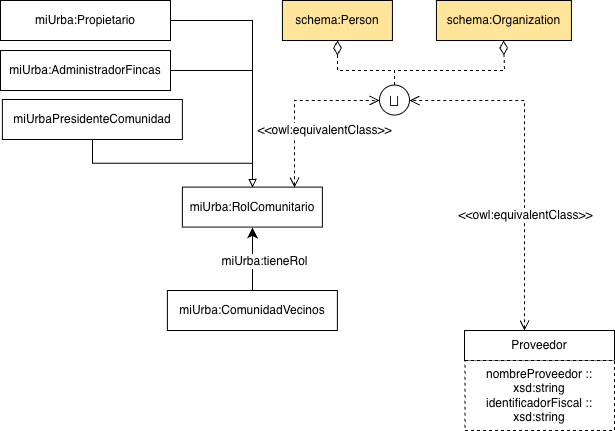
This is diagrams/gobernanza.png from oeg-upm/ontologia-miUrba, a draw.io export, as it was before one commit. Source tidied: cells renumbered, new cells last; positions are measured from the earlier drawing's top-left corner, leaving out a move shared by most shapes. Source of this version:
```xml
<mxGraphModel>
  <root>
    <mxCell id="0" />
    <mxCell id="1" parent="0" />
    <mxCell id="2" value="miUrba:ComunidadVecinos" style="rounded=0;whiteSpace=wrap;html=1;snapToPoint=1;points=[[0.1,0],[0.2,0],[0.3,0],[0.4,0],[0.5,0],[0.6,0],[0.7,0],[0.8,0],[0.9,0],[0,0.1],[0,0.3],[0,0.5],[0,0.7],[0,0.9],[0.1,1],[0.2,1],[0.3,1],[0.4,1],[0.5,1],[0.6,1],[0.7,1],[0.8,1],[0.9,1],[1,0.1],[1,0.3],[1,0.5],[1,0.7],[1,0.9]];" parent="1" vertex="1">
      <mxGeometry x="166.9" y="290" width="170" height="40" as="geometry" />
    </mxCell>
    <mxCell id="3" value="miUrba:RolComunitario" style="rounded=0;whiteSpace=wrap;html=1;snapToPoint=1;points=[[0.1,0],[0.2,0],[0.3,0],[0.4,0],[0.5,0],[0.6,0],[0.7,0],[0.8,0],[0.9,0],[0,0.1],[0,0.3],[0,0.5],[0,0.7],[0,0.9],[0.1,1],[0.2,1],[0.3,1],[0.4,1],[0.5,1],[0.6,1],[0.7,1],[0.8,1],[0.9,1],[1,0.1],[1,0.3],[1,0.5],[1,0.7],[1,0.9]];" parent="1" vertex="1">
      <mxGeometry x="181.9" y="186.6" width="140" height="40" as="geometry" />
    </mxCell>
    <mxCell id="4" value="miUrbaPresidenteComunidad" style="rounded=0;whiteSpace=wrap;html=1;snapToPoint=1;points=[[0.1,0],[0.2,0],[0.3,0],[0.4,0],[0.5,0],[0.6,0],[0.7,0],[0.8,0],[0.9,0],[0,0.1],[0,0.3],[0,0.5],[0,0.7],[0,0.9],[0.1,1],[0.2,1],[0.3,1],[0.4,1],[0.5,1],[0.6,1],[0.7,1],[0.8,1],[0.9,1],[1,0.1],[1,0.3],[1,0.5],[1,0.7],[1,0.9]];" parent="1" vertex="1">
      <mxGeometry x="1.9" y="99" width="180" height="40" as="geometry" />
    </mxCell>
    <mxCell id="5" value="miUrba:AdministradorFincas" style="rounded=0;whiteSpace=wrap;html=1;snapToPoint=1;points=[[0.1,0],[0.2,0],[0.3,0],[0.4,0],[0.5,0],[0.6,0],[0.7,0],[0.8,0],[0.9,0],[0,0.1],[0,0.3],[0,0.5],[0,0.7],[0,0.9],[0.1,1],[0.2,1],[0.3,1],[0.4,1],[0.5,1],[0.6,1],[0.7,1],[0.8,1],[0.9,1],[1,0.1],[1,0.3],[1,0.5],[1,0.7],[1,0.9]];" parent="1" vertex="1">
      <mxGeometry y="50" width="170" height="40" as="geometry" />
    </mxCell>
    <mxCell id="6" value="&amp;nbsp;" style="edgeLabel;html=1;align=center;verticalAlign=middle;fontSize=11;" parent="1" vertex="1">
      <mxGeometry x="571.9" y="341.1" as="geometry" />
    </mxCell>
    <mxCell id="7" style="endArrow=block;html=1;rounded=0;endFill=0;edgeStyle=orthogonalEdgeStyle;" parent="1" edge="1" source="4" target="3">
      <mxGeometry relative="1" as="geometry" />
    </mxCell>
    <mxCell id="8" style="endArrow=block;html=1;rounded=0;endFill=0;edgeStyle=orthogonalEdgeStyle;" parent="1" edge="1" source="5" target="3">
      <mxGeometry relative="1" as="geometry" />
    </mxCell>
    <mxCell id="9" value="Proveedor" style="rounded=0;whiteSpace=wrap;html=1;snapToPoint=1;points=[[0.1,0],[0.2,0],[0.3,0],[0.4,0],[0.5,0],[0.6,0],[0.7,0],[0.8,0],[0.9,0],[0,0.1],[0,0.3],[0,0.5],[0,0.7],[0,0.9],[0.1,1],[0.2,1],[0.3,1],[0.4,1],[0.5,1],[0.6,1],[0.7,1],[0.8,1],[0.9,1],[1,0.1],[1,0.3],[1,0.5],[1,0.7],[1,0.9]];" parent="1" vertex="1">
      <mxGeometry x="464" y="330" width="150" height="30" as="geometry" />
    </mxCell>
    <mxCell id="10" value="schema:Person" style="rounded=0;whiteSpace=wrap;html=1;snapToPoint=1;points=[[0.1,0],[0.2,0],[0.3,0],[0.4,0],[0.5,0],[0.6,0],[0.7,0],[0.8,0],[0.9,0],[0,0.1],[0,0.3],[0,0.5],[0,0.7],[0,0.9],[0.1,1],[0.2,1],[0.3,1],[0.4,1],[0.5,1],[0.6,1],[0.7,1],[0.8,1],[0.9,1],[1,0.1],[1,0.3],[1,0.5],[1,0.7],[1,0.9]];fillColor=#FFE599;" parent="1" vertex="1">
      <mxGeometry x="281.9" width="110" height="40" as="geometry" />
    </mxCell>
    <mxCell id="11" value="schema:Organization" style="rounded=0;whiteSpace=wrap;html=1;snapToPoint=1;points=[[0.1,0],[0.2,0],[0.3,0],[0.4,0],[0.5,0],[0.6,0],[0.7,0],[0.8,0],[0.9,0],[0,0.1],[0,0.3],[0,0.5],[0,0.7],[0,0.9],[0.1,1],[0.2,1],[0.3,1],[0.4,1],[0.5,1],[0.6,1],[0.7,1],[0.8,1],[0.9,1],[1,0.1],[1,0.3],[1,0.5],[1,0.7],[1,0.9]];fillColor=#FFE599;" parent="1" vertex="1">
      <mxGeometry x="435.9" width="135" height="40" as="geometry" />
    </mxCell>
    <mxCell id="12" value="&lt;span class=&quot;st&quot;&gt;⨆&lt;/span&gt;" style="ellipse;whiteSpace=wrap;html=1;fontSize=17;" parent="1" vertex="1">
      <mxGeometry x="379" y="84.6" width="30" height="30" as="geometry" />
    </mxCell>
    <mxCell id="13" style="endArrow=diamondThin;endSize=12;html=1;fontColor=#000099;endFill=0;dashed=1;arcSize=0;rounded=0;edgeStyle=orthogonalEdgeStyle;" parent="1" edge="1" source="12" target="10">
      <mxGeometry relative="1" as="geometry">
        <Array as="points">
          <mxPoint x="394" y="70" />
          <mxPoint x="337" y="70" />
        </Array>
      </mxGeometry>
    </mxCell>
    <mxCell id="14" style="endArrow=diamondThin;endSize=12;html=1;fontColor=#000099;endFill=0;dashed=1;arcSize=0;rounded=0;edgeStyle=orthogonalEdgeStyle;" parent="1" edge="1" source="12" target="11">
      <mxGeometry relative="1" as="geometry">
        <Array as="points">
          <mxPoint x="394" y="70" />
          <mxPoint x="504" y="70" />
        </Array>
      </mxGeometry>
    </mxCell>
    <mxCell id="15" style="endArrow=open;html=1;fontColor=#000099;endFill=0;dashed=1;endSize=8;startArrow=open;startFill=0;startSize=8;rounded=0;edgeStyle=orthogonalEdgeStyle;" parent="1" edge="1" source="3" target="12">
      <mxGeometry relative="1" as="geometry">
        <Array as="points">
          <mxPoint x="294" y="100" />
        </Array>
      </mxGeometry>
    </mxCell>
    <mxCell id="16" value="&amp;lt;&amp;lt;owl:equivalentClass&amp;gt;&amp;gt;" style="text;html=1;align=center;verticalAlign=middle;fontColor=#000000;labelBackgroundColor=#ffffff;" parent="15" vertex="1">
      <mxGeometry x="-0.33" relative="1" as="geometry">
        <mxPoint x="29.3" as="offset" />
      </mxGeometry>
    </mxCell>
    <mxCell id="17" style="endArrow=open;html=1;fontColor=#000099;endFill=0;dashed=1;endSize=8;startArrow=open;startFill=0;startSize=8;rounded=0;edgeStyle=orthogonalEdgeStyle;" parent="1" edge="1" source="9" target="12">
      <mxGeometry relative="1" as="geometry">
        <Array as="points">
          <mxPoint x="524" y="100" />
        </Array>
      </mxGeometry>
    </mxCell>
    <mxCell id="18" value="&amp;lt;&amp;lt;owl:equivalentClass&amp;gt;&amp;gt;" style="text;html=1;align=center;verticalAlign=middle;fontColor=#000000;labelBackgroundColor=#ffffff;" parent="17" vertex="1">
      <mxGeometry x="-0.33" relative="1" as="geometry" />
    </mxCell>
    <mxCell id="19" value="nombreProveedor :: xsd:string&lt;div&gt;identificadorFiscal :: xsd:string&lt;/div&gt;" style="rounded=0;whiteSpace=wrap;html=1;dashed=1;" parent="1" vertex="1">
      <mxGeometry x="464.4" y="360" width="149.6" height="70" as="geometry" />
    </mxCell>
    <mxCell id="20" style="endArrow=classic;html=1;endSize=8;arcSize=0;rounded=0;edgeStyle=orthogonalEdgeStyle;" parent="1" edge="1" source="2" target="3">
      <mxGeometry relative="1" as="geometry" />
    </mxCell>
    <mxCell id="21" value="&lt;div&gt;miUrba:tieneRol&lt;/div&gt;" style="text;html=1;align=center;verticalAlign=middle;labelBackgroundColor=#ffffff;" parent="20" vertex="1">
      <mxGeometry x="-0.13" relative="1" as="geometry">
        <mxPoint x="11" y="-2" as="offset" />
      </mxGeometry>
    </mxCell>
    <mxCell id="22" value="miUrba:Propietario" style="rounded=0;whiteSpace=wrap;html=1;snapToPoint=1;points=[[0.1,0],[0.2,0],[0.3,0],[0.4,0],[0.5,0],[0.6,0],[0.7,0],[0.8,0],[0.9,0],[0,0.1],[0,0.3],[0,0.5],[0,0.7],[0,0.9],[0.1,1],[0.2,1],[0.3,1],[0.4,1],[0.5,1],[0.6,1],[0.7,1],[0.8,1],[0.9,1],[1,0.1],[1,0.3],[1,0.5],[1,0.7],[1,0.9]];" parent="1" vertex="1">
      <mxGeometry width="170" height="40" as="geometry" />
    </mxCell>
    <mxCell id="23" style="endArrow=block;html=1;rounded=0;endFill=0;edgeStyle=orthogonalEdgeStyle;" parent="1" edge="1" source="22" target="3">
      <mxGeometry relative="1" as="geometry" />
    </mxCell>
  </root>
</mxGraphModel>
```
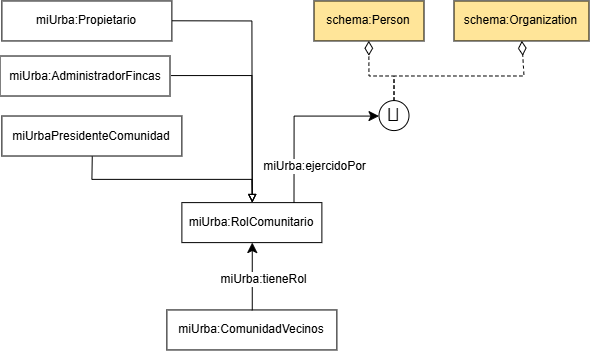
The same file after the commit.

Diff of the diagram source:
```diff
@@ -3,92 +3,75 @@
     <mxCell id="0" />
     <mxCell id="1" parent="0" />
     <mxCell id="2" value="miUrba:ComunidadVecinos" style="rounded=0;whiteSpace=wrap;html=1;snapToPoint=1;points=[[0.1,0],[0.2,0],[0.3,0],[0.4,0],[0.5,0],[0.6,0],[0.7,0],[0.8,0],[0.9,0],[0,0.1],[0,0.3],[0,0.5],[0,0.7],[0,0.9],[0.1,1],[0.2,1],[0.3,1],[0.4,1],[0.5,1],[0.6,1],[0.7,1],[0.8,1],[0.9,1],[1,0.1],[1,0.3],[1,0.5],[1,0.7],[1,0.9]];" parent="1" vertex="1">
-      <mxGeometry x="166.9" y="290" width="170" height="40" as="geometry" />
+      <mxGeometry x="866.9" y="919" width="170" height="40" as="geometry" />
     </mxCell>
     <mxCell id="3" value="miUrba:RolComunitario" style="rounded=0;whiteSpace=wrap;html=1;snapToPoint=1;points=[[0.1,0],[0.2,0],[0.3,0],[0.4,0],[0.5,0],[0.6,0],[0.7,0],[0.8,0],[0.9,0],[0,0.1],[0,0.3],[0,0.5],[0,0.7],[0,0.9],[0.1,1],[0.2,1],[0.3,1],[0.4,1],[0.5,1],[0.6,1],[0.7,1],[0.8,1],[0.9,1],[1,0.1],[1,0.3],[1,0.5],[1,0.7],[1,0.9]];" parent="1" vertex="1">
-      <mxGeometry x="181.9" y="186.6" width="140" height="40" as="geometry" />
+      <mxGeometry x="881.9" y="811.7" width="140" height="40" as="geometry" />
     </mxCell>
     <mxCell id="4" value="miUrbaPresidenteComunidad" style="rounded=0;whiteSpace=wrap;html=1;snapToPoint=1;points=[[0.1,0],[0.2,0],[0.3,0],[0.4,0],[0.5,0],[0.6,0],[0.7,0],[0.8,0],[0.9,0],[0,0.1],[0,0.3],[0,0.5],[0,0.7],[0,0.9],[0.1,1],[0.2,1],[0.3,1],[0.4,1],[0.5,1],[0.6,1],[0.7,1],[0.8,1],[0.9,1],[1,0.1],[1,0.3],[1,0.5],[1,0.7],[1,0.9]];" parent="1" vertex="1">
-      <mxGeometry x="1.9" y="99" width="180" height="40" as="geometry" />
+      <mxGeometry x="701.9" y="725.1" width="180" height="40" as="geometry" />
     </mxCell>
     <mxCell id="5" value="miUrba:AdministradorFincas" style="rounded=0;whiteSpace=wrap;html=1;snapToPoint=1;points=[[0.1,0],[0.2,0],[0.3,0],[0.4,0],[0.5,0],[0.6,0],[0.7,0],[0.8,0],[0.9,0],[0,0.1],[0,0.3],[0,0.5],[0,0.7],[0,0.9],[0.1,1],[0.2,1],[0.3,1],[0.4,1],[0.5,1],[0.6,1],[0.7,1],[0.8,1],[0.9,1],[1,0.1],[1,0.3],[1,0.5],[1,0.7],[1,0.9]];" parent="1" vertex="1">
-      <mxGeometry y="50" width="170" height="40" as="geometry" />
+      <mxGeometry x="700" y="665.1" width="170" height="40" as="geometry" />
     </mxCell>
-    <mxCell id="6" value="&amp;nbsp;" style="edgeLabel;html=1;align=center;verticalAlign=middle;fontSize=11;" parent="1" vertex="1">
-      <mxGeometry x="571.9" y="341.1" as="geometry" />
+    <mxCell id="6" style="endArrow=block;html=1;rounded=0;endFill=0;edgeStyle=orthogonalEdgeStyle;" parent="1" edge="1" source="4" target="3">
+      <mxGeometry relative="1" as="geometry" />
     </mxCell>
-    <mxCell id="7" style="endArrow=block;html=1;rounded=0;endFill=0;edgeStyle=orthogonalEdgeStyle;" parent="1" edge="1" source="4" target="3">
-      <mxGeometry relative="1" as="geometry" />
+    <mxCell id="7" style="endArrow=block;html=1;rounded=0;endFill=0;edgeStyle=orthogonalEdgeStyle;" parent="1" edge="1" target="3">
+      <mxGeometry relative="1" as="geometry">
+        <mxPoint x="871" y="684.6" as="sourcePoint" />
+      </mxGeometry>
     </mxCell>
-    <mxCell id="8" style="endArrow=block;html=1;rounded=0;endFill=0;edgeStyle=orthogonalEdgeStyle;" parent="1" edge="1" source="5" target="3">
-      <mxGeometry relative="1" as="geometry" />
+    <mxCell id="8" value="schema:Person" style="rounded=0;whiteSpace=wrap;html=1;snapToPoint=1;points=[[0.1,0],[0.2,0],[0.3,0],[0.4,0],[0.5,0],[0.6,0],[0.7,0],[0.8,0],[0.9,0],[0,0.1],[0,0.3],[0,0.5],[0,0.7],[0,0.9],[0.1,1],[0.2,1],[0.3,1],[0.4,1],[0.5,1],[0.6,1],[0.7,1],[0.8,1],[0.9,1],[1,0.1],[1,0.3],[1,0.5],[1,0.7],[1,0.9]];fillColor=#FFE599;" parent="1" vertex="1">
+      <mxGeometry x="1014" y="610" width="110" height="40" as="geometry" />
     </mxCell>
-    <mxCell id="9" value="Proveedor" style="rounded=0;whiteSpace=wrap;html=1;snapToPoint=1;points=[[0.1,0],[0.2,0],[0.3,0],[0.4,0],[0.5,0],[0.6,0],[0.7,0],[0.8,0],[0.9,0],[0,0.1],[0,0.3],[0,0.5],[0,0.7],[0,0.9],[0.1,1],[0.2,1],[0.3,1],[0.4,1],[0.5,1],[0.6,1],[0.7,1],[0.8,1],[0.9,1],[1,0.1],[1,0.3],[1,0.5],[1,0.7],[1,0.9]];" parent="1" vertex="1">
-      <mxGeometry x="464" y="330" width="150" height="30" as="geometry" />
+    <mxCell id="9" value="schema:Organization" style="rounded=0;whiteSpace=wrap;html=1;snapToPoint=1;points=[[0.1,0],[0.2,0],[0.3,0],[0.4,0],[0.5,0],[0.6,0],[0.7,0],[0.8,0],[0.9,0],[0,0.1],[0,0.3],[0,0.5],[0,0.7],[0,0.9],[0.1,1],[0.2,1],[0.3,1],[0.4,1],[0.5,1],[0.6,1],[0.7,1],[0.8,1],[0.9,1],[1,0.1],[1,0.3],[1,0.5],[1,0.7],[1,0.9]];fillColor=#FFE599;" parent="1" vertex="1">
+      <mxGeometry x="1154" y="610" width="135" height="40" as="geometry" />
     </mxCell>
-    <mxCell id="10" value="schema:Person" style="rounded=0;whiteSpace=wrap;html=1;snapToPoint=1;points=[[0.1,0],[0.2,0],[0.3,0],[0.4,0],[0.5,0],[0.6,0],[0.7,0],[0.8,0],[0.9,0],[0,0.1],[0,0.3],[0,0.5],[0,0.7],[0,0.9],[0.1,1],[0.2,1],[0.3,1],[0.4,1],[0.5,1],[0.6,1],[0.7,1],[0.8,1],[0.9,1],[1,0.1],[1,0.3],[1,0.5],[1,0.7],[1,0.9]];fillColor=#FFE599;" parent="1" vertex="1">
-      <mxGeometry x="281.9" width="110" height="40" as="geometry" />
+    <mxCell id="10" value="&lt;span class=&quot;st&quot;&gt;⨆&lt;/span&gt;" style="ellipse;whiteSpace=wrap;html=1;fontSize=17;" parent="1" vertex="1">
+      <mxGeometry x="1079" y="709.6" width="30" height="30" as="geometry" />
     </mxCell>
-    <mxCell id="11" value="schema:Organization" style="rounded=0;whiteSpace=wrap;html=1;snapToPoint=1;points=[[0.1,0],[0.2,0],[0.3,0],[0.4,0],[0.5,0],[0.6,0],[0.7,0],[0.8,0],[0.9,0],[0,0.1],[0,0.3],[0,0.5],[0,0.7],[0,0.9],[0.1,1],[0.2,1],[0.3,1],[0.4,1],[0.5,1],[0.6,1],[0.7,1],[0.8,1],[0.9,1],[1,0.1],[1,0.3],[1,0.5],[1,0.7],[1,0.9]];fillColor=#FFE599;" parent="1" vertex="1">
-      <mxGeometry x="435.9" width="135" height="40" as="geometry" />
+    <mxCell id="11" style="endArrow=diamondThin;endSize=12;html=1;fontColor=#000099;endFill=0;dashed=1;arcSize=0;rounded=0;edgeStyle=orthogonalEdgeStyle;" parent="1" edge="1" source="10" target="8">
+      <mxGeometry relative="1" as="geometry">
+        <Array as="points">
+          <mxPoint x="1094" y="685.1" />
+          <mxPoint x="1069" y="685.1" />
+        </Array>
+      </mxGeometry>
     </mxCell>
-    <mxCell id="12" value="&lt;span class=&quot;st&quot;&gt;⨆&lt;/span&gt;" style="ellipse;whiteSpace=wrap;html=1;fontSize=17;" parent="1" vertex="1">
-      <mxGeometry x="379" y="84.6" width="30" height="30" as="geometry" />
+    <mxCell id="12" style="endArrow=diamondThin;endSize=12;html=1;fontColor=#000099;endFill=0;dashed=1;arcSize=0;rounded=0;edgeStyle=orthogonalEdgeStyle;" parent="1" edge="1" source="10" target="9">
+      <mxGeometry relative="1" as="geometry">
+        <Array as="points">
+          <mxPoint x="1094" y="685.1" />
+          <mxPoint x="1224" y="685.1" />
+        </Array>
+      </mxGeometry>
     </mxCell>
-    <mxCell id="13" style="endArrow=diamondThin;endSize=12;html=1;fontColor=#000099;endFill=0;dashed=1;arcSize=0;rounded=0;edgeStyle=orthogonalEdgeStyle;" parent="1" edge="1" source="12" target="10">
-      <mxGeometry relative="1" as="geometry">
-        <Array as="points">
-          <mxPoint x="394" y="70" />
-          <mxPoint x="337" y="70" />
-        </Array>
-      </mxGeometry>
+    <mxCell id="13" style="endArrow=classic;html=1;endSize=8;arcSize=0;rounded=0;edgeStyle=orthogonalEdgeStyle;" parent="1" edge="1" source="2" target="3">
+      <mxGeometry relative="1" as="geometry" />
     </mxCell>
-    <mxCell id="14" style="endArrow=diamondThin;endSize=12;html=1;fontColor=#000099;endFill=0;dashed=1;arcSize=0;rounded=0;edgeStyle=orthogonalEdgeStyle;" parent="1" edge="1" source="12" target="11">
-      <mxGeometry relative="1" as="geometry">
-        <Array as="points">
-          <mxPoint x="394" y="70" />
-          <mxPoint x="504" y="70" />
-        </Array>
+    <mxCell id="14" value="&lt;div&gt;miUrba:tieneRol&lt;/div&gt;" style="text;html=1;align=center;verticalAlign=middle;labelBackgroundColor=#ffffff;" parent="13" vertex="1">
+      <mxGeometry x="-0.13" relative="1" as="geometry">
+        <mxPoint x="11" y="-2" as="offset" />
       </mxGeometry>
     </mxCell>
-    <mxCell id="15" style="endArrow=open;html=1;fontColor=#000099;endFill=0;dashed=1;endSize=8;startArrow=open;startFill=0;startSize=8;rounded=0;edgeStyle=orthogonalEdgeStyle;" parent="1" edge="1" source="3" target="12">
-      <mxGeometry relative="1" as="geometry">
-        <Array as="points">
-          <mxPoint x="294" y="100" />
-        </Array>
-      </mxGeometry>
+    <mxCell id="15" value="miUrba:Propietario" style="rounded=0;whiteSpace=wrap;html=1;snapToPoint=1;points=[[0.1,0],[0.2,0],[0.3,0],[0.4,0],[0.5,0],[0.6,0],[0.7,0],[0.8,0],[0.9,0],[0,0.1],[0,0.3],[0,0.5],[0,0.7],[0,0.9],[0.1,1],[0.2,1],[0.3,1],[0.4,1],[0.5,1],[0.6,1],[0.7,1],[0.8,1],[0.9,1],[1,0.1],[1,0.3],[1,0.5],[1,0.7],[1,0.9]];" parent="1" vertex="1">
+      <mxGeometry x="701.9" y="610" width="170" height="40" as="geometry" />
     </mxCell>
-    <mxCell id="16" value="&amp;lt;&amp;lt;owl:equivalentClass&amp;gt;&amp;gt;" style="text;html=1;align=center;verticalAlign=middle;fontColor=#000000;labelBackgroundColor=#ffffff;" parent="15" vertex="1">
-      <mxGeometry x="-0.33" relative="1" as="geometry">
-        <mxPoint x="29.3" as="offset" />
-      </mxGeometry>
+    <mxCell id="16" style="endArrow=block;html=1;rounded=0;endFill=0;edgeStyle=orthogonalEdgeStyle;" parent="1" edge="1" source="15" target="3">
+      <mxGeometry relative="1" as="geometry" />
     </mxCell>
-    <mxCell id="17" style="endArrow=open;html=1;fontColor=#000099;endFill=0;dashed=1;endSize=8;startArrow=open;startFill=0;startSize=8;rounded=0;edgeStyle=orthogonalEdgeStyle;" parent="1" edge="1" source="9" target="12">
+    <mxCell id="17" style="endArrow=classic;html=1;endSize=8;arcSize=0;rounded=0;edgeStyle=orthogonalEdgeStyle;" parent="1" edge="1" source="3" target="10">
       <mxGeometry relative="1" as="geometry">
         <Array as="points">
-          <mxPoint x="524" y="100" />
+          <mxPoint x="994" y="725.1" />
         </Array>
       </mxGeometry>
     </mxCell>
-    <mxCell id="18" value="&amp;lt;&amp;lt;owl:equivalentClass&amp;gt;&amp;gt;" style="text;html=1;align=center;verticalAlign=middle;fontColor=#000000;labelBackgroundColor=#ffffff;" parent="17" vertex="1">
-      <mxGeometry x="-0.33" relative="1" as="geometry" />
+    <mxCell id="18" value="&lt;div&gt;miUrba:ejercidoPor&lt;/div&gt;" style="text;html=1;align=center;verticalAlign=middle;labelBackgroundColor=#ffffff;" parent="17" vertex="1">
+      <mxGeometry x="-0.13" relative="1" as="geometry">
+        <mxPoint x="20" y="38" as="offset" />
+      </mxGeometry>
     </mxCell>
-    <mxCell id="19" value="nombreProveedor :: xsd:string&lt;div&gt;identificadorFiscal :: xsd:string&lt;/div&gt;" style="rounded=0;whiteSpace=wrap;html=1;dashed=1;" parent="1" vertex="1">
-      <mxGeometry x="464.4" y="360" width="149.6" height="70" as="geometry" />
-    </mxCell>
-    <mxCell id="20" style="endArrow=classic;html=1;endSize=8;arcSize=0;rounded=0;edgeStyle=orthogonalEdgeStyle;" parent="1" edge="1" source="2" target="3">
-      <mxGeometry relative="1" as="geometry" />
-    </mxCell>
-    <mxCell id="21" value="&lt;div&gt;miUrba:tieneRol&lt;/div&gt;" style="text;html=1;align=center;verticalAlign=middle;labelBackgroundColor=#ffffff;" parent="20" vertex="1">
-      <mxGeometry x="-0.13" relative="1" as="geometry">
-        <mxPoint x="11" y="-2" as="offset" />
-      </mxGeometry>
-    </mxCell>
-    <mxCell id="22" value="miUrba:Propietario" style="rounded=0;whiteSpace=wrap;html=1;snapToPoint=1;points=[[0.1,0],[0.2,0],[0.3,0],[0.4,0],[0.5,0],[0.6,0],[0.7,0],[0.8,0],[0.9,0],[0,0.1],[0,0.3],[0,0.5],[0,0.7],[0,0.9],[0.1,1],[0.2,1],[0.3,1],[0.4,1],[0.5,1],[0.6,1],[0.7,1],[0.8,1],[0.9,1],[1,0.1],[1,0.3],[1,0.5],[1,0.7],[1,0.9]];" parent="1" vertex="1">
-      <mxGeometry width="170" height="40" as="geometry" />
-    </mxCell>
-    <mxCell id="23" style="endArrow=block;html=1;rounded=0;endFill=0;edgeStyle=orthogonalEdgeStyle;" parent="1" edge="1" source="22" target="3">
-      <mxGeometry relative="1" as="geometry" />
-    </mxCell>
   </root>
 </mxGraphModel>
```
